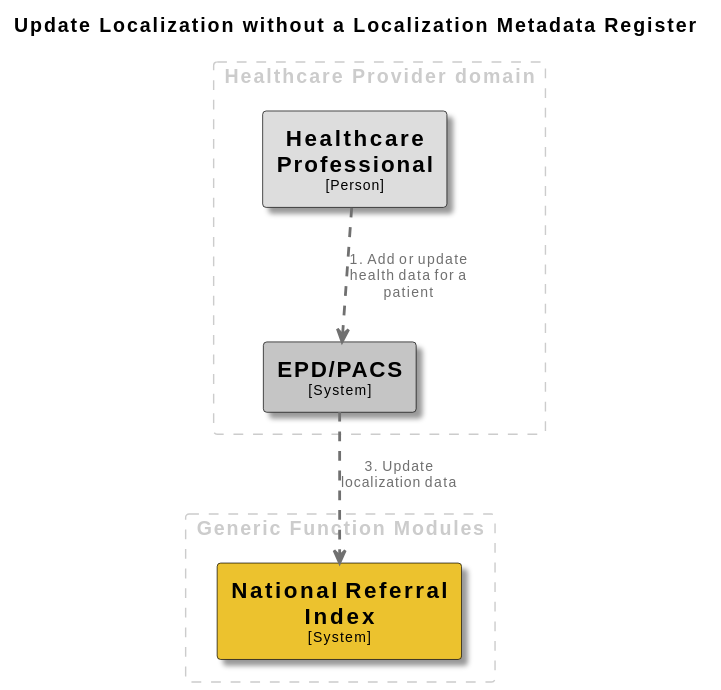
Earlier version of the PlantUML export docs/images/structurizr-UpdateLocalization.svg (minvws/gfmodules-coordination).
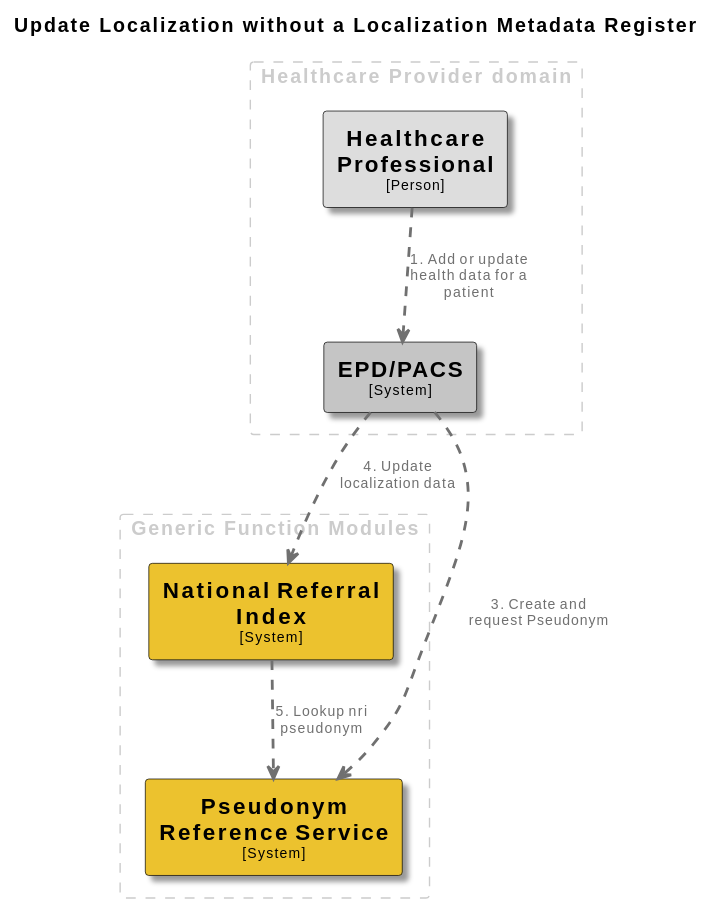
Later version of the same file.

The edit, as a diff of the source:
```diff
@@ -31,12 +31,19 @@
   BorderColor #000000
   shadowing true
 }
+skinparam rectangle<<PseudonymReferenceService>> {
+  BackgroundColor #ecc22e
+  FontColor #000000
+  BorderColor #000000
+  shadowing true
+}
 
 rectangle "Generic Function Modules" <<group1>> as group1 {
   skinparam RectangleBorderColor<<group1>> #cccccc
   skinparam RectangleFontColor<<group1>> #cccccc
   skinparam RectangleBorderStyle<<group1>> dashed
 
+  rectangle "==Pseudonym Reference Service\n<size:10>[System]</size>" <<PseudonymReferenceService>> as PseudonymReferenceService
   rectangle "==National Referral Index\n<size:10>[System]</size>" <<NationalReferralIndex>> as NationalReferralIndex
 }
 
@@ -50,5 +57,7 @@
 }
 
 HealthcareProfessional .[#707070,thickness=2].> EPDPACS : "<color:#707070>1. Add or update health data for a patient"
-EPDPACS .[#707070,thickness=2].> NationalReferralIndex : "<color:#707070>3. Update localization data"
+EPDPACS .[#707070,thickness=2].> PseudonymReferenceService : "<color:#707070>3. Create and request Pseudonym"
+EPDPACS .[#707070,thickness=2].> NationalReferralIndex : "<color:#707070>4. Update localization data"
+NationalReferralIndex .[#707070,thickness=2].> PseudonymReferenceService : "<color:#707070>5. Lookup nri pseudonym"
 @enduml
```
